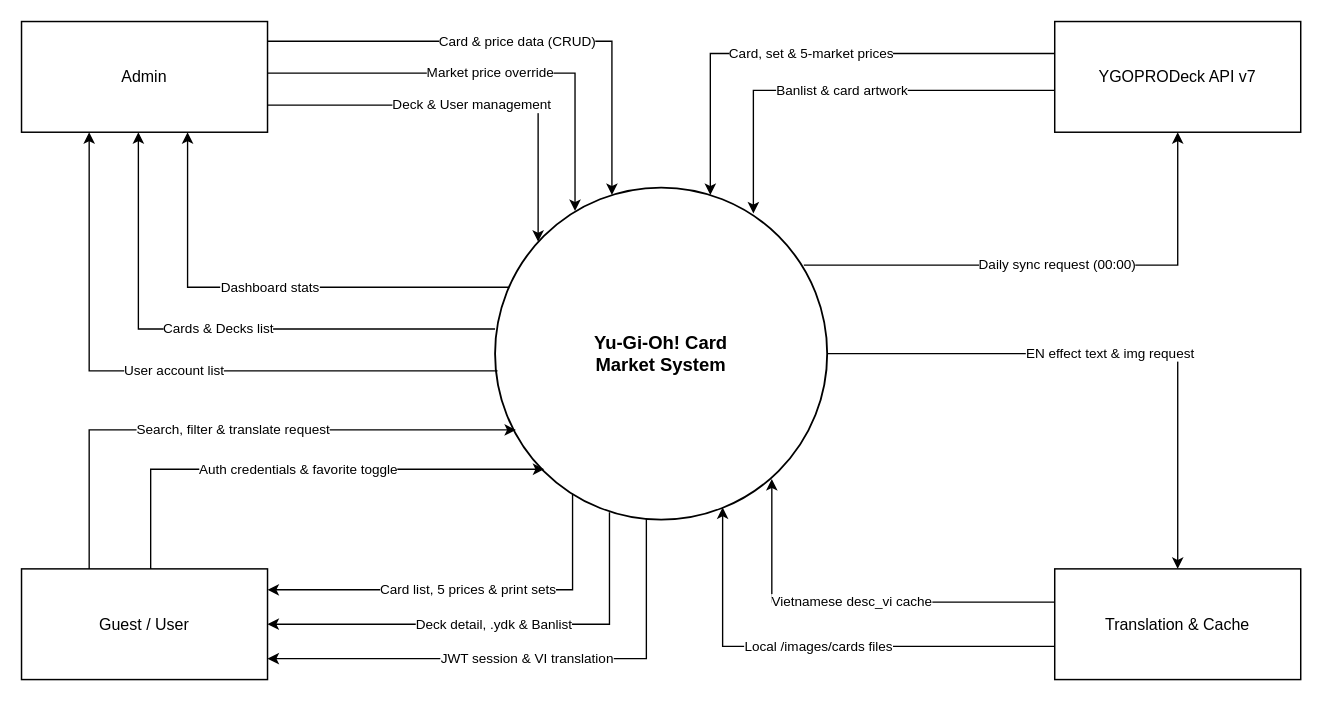
Earlier version of the draw.io diagram Tai lieu/Draw.io/SRS_1_1_Context_Diagram.drawio (minhthanh1806/PROJECT_SDN). Source tidied: cells renumbered, new cells numbered last; positions are measured from the earlier drawing's top-left corner, leaving out a move shared by most shapes. Both pictures are drawn from the tidied source at 123%, with x=0, y=0 at pixel (21, 21).
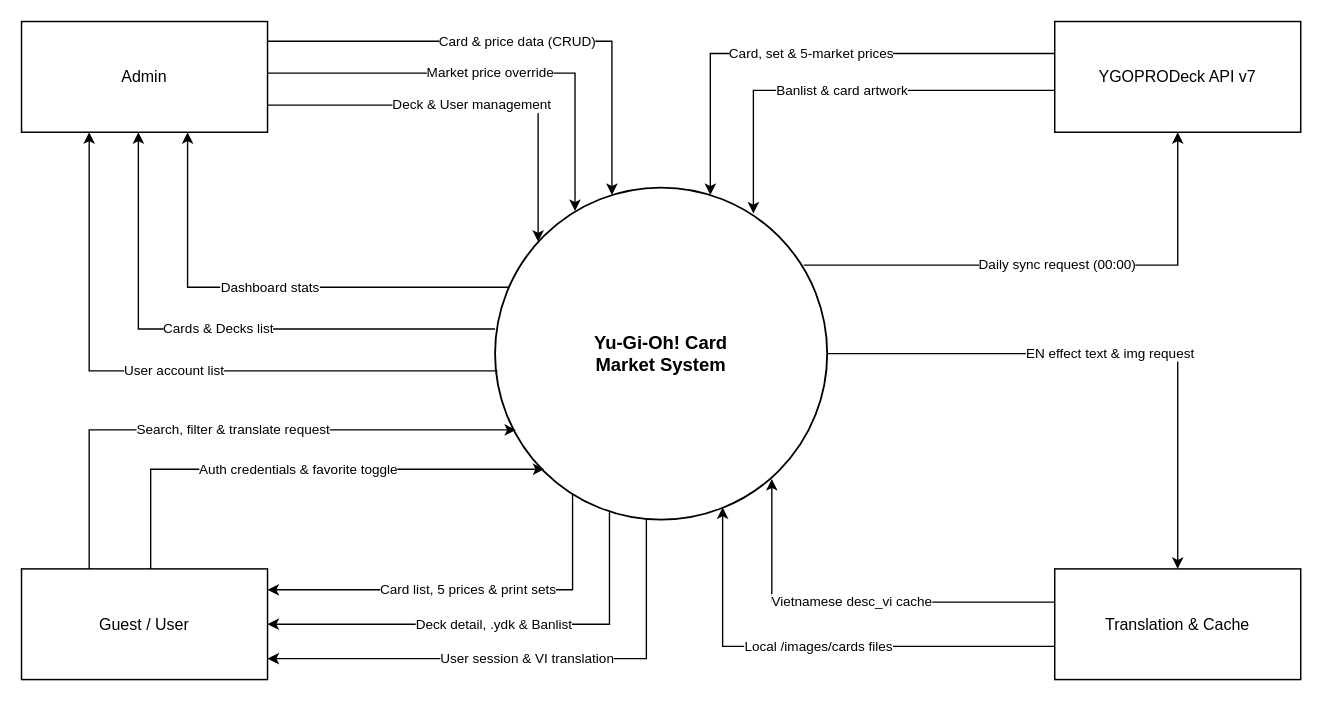
Above is the later version.

The edit, as a diff of the source:
```diff
@@
-    <mxCell id="20" value="JWT session &amp; VI translation" style="edgeStyle=orthogonalEdgeStyle;rounded=0;html=1;endArrow=classic;endFill=1;strokeColor=#000000;fontColor=#000000;fontSize=11;labelBackgroundColor=#ffffff;strokeWidth=1.1;" parent="1" edge="1">
+    <mxCell id="20" value="User session &amp; VI translation" style="edgeStyle=orthogonalEdgeStyle;rounded=0;html=1;endArrow=classic;endFill=1;strokeColor=#000000;fontColor=#000000;fontSize=11;labelBackgroundColor=#ffffff;strokeWidth=1.1;" parent="1" edge="1">
       <mxGeometry relative="1" as="geometry">
         <mxPoint x="508" y="404" as="sourcePoint" />
         <mxPoint x="200" y="518" as="targetPoint" />
         <Array as="points">
           <mxPoint x="508" y="518" />
         </Array>
       </mxGeometry>
     </mxCell>
```
